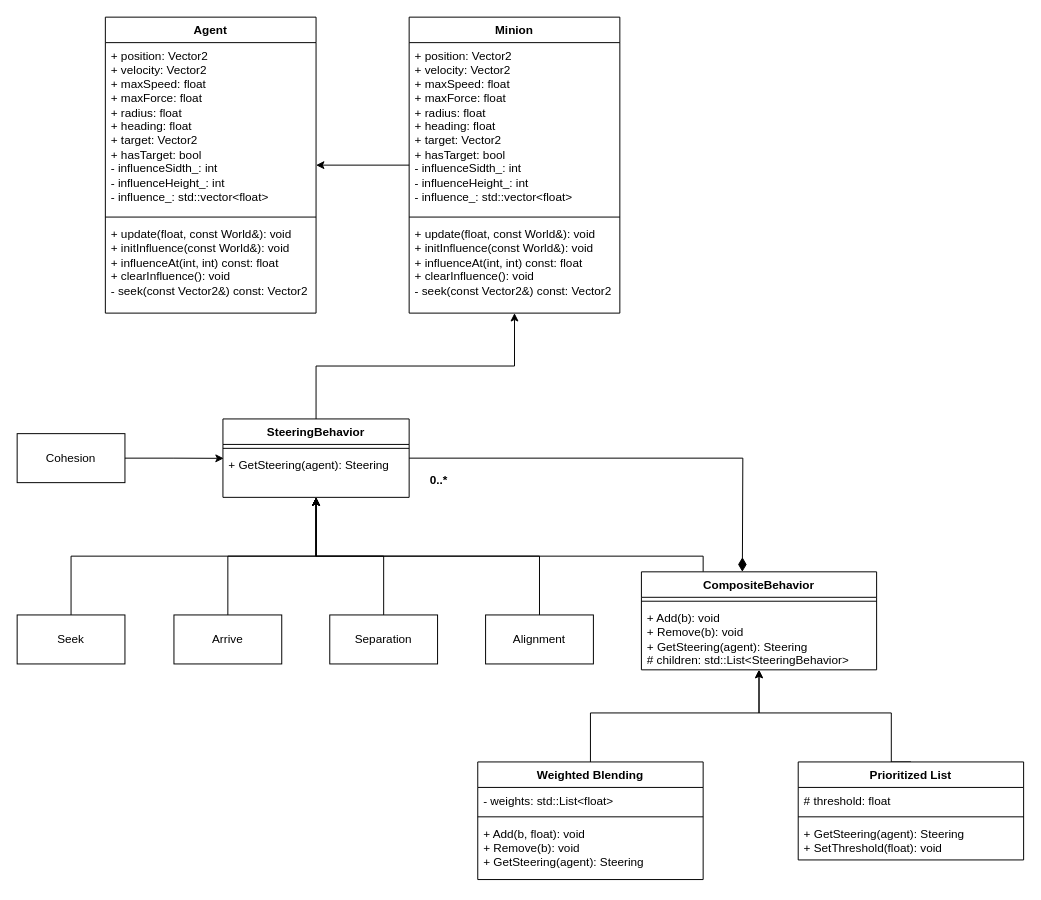
Above: IA_AA1.drawio in gerarddoblas/AA1_Steering_Behaviors (draw.io), before the change. Source tidied: cells renumbered, new cells numbered last; positions are measured from the earlier drawing's top-left corner, leaving out a move shared by most shapes. Both pictures are drawn from the tidied source at 98%, with x=0, y=0 at pixel (17, 17).
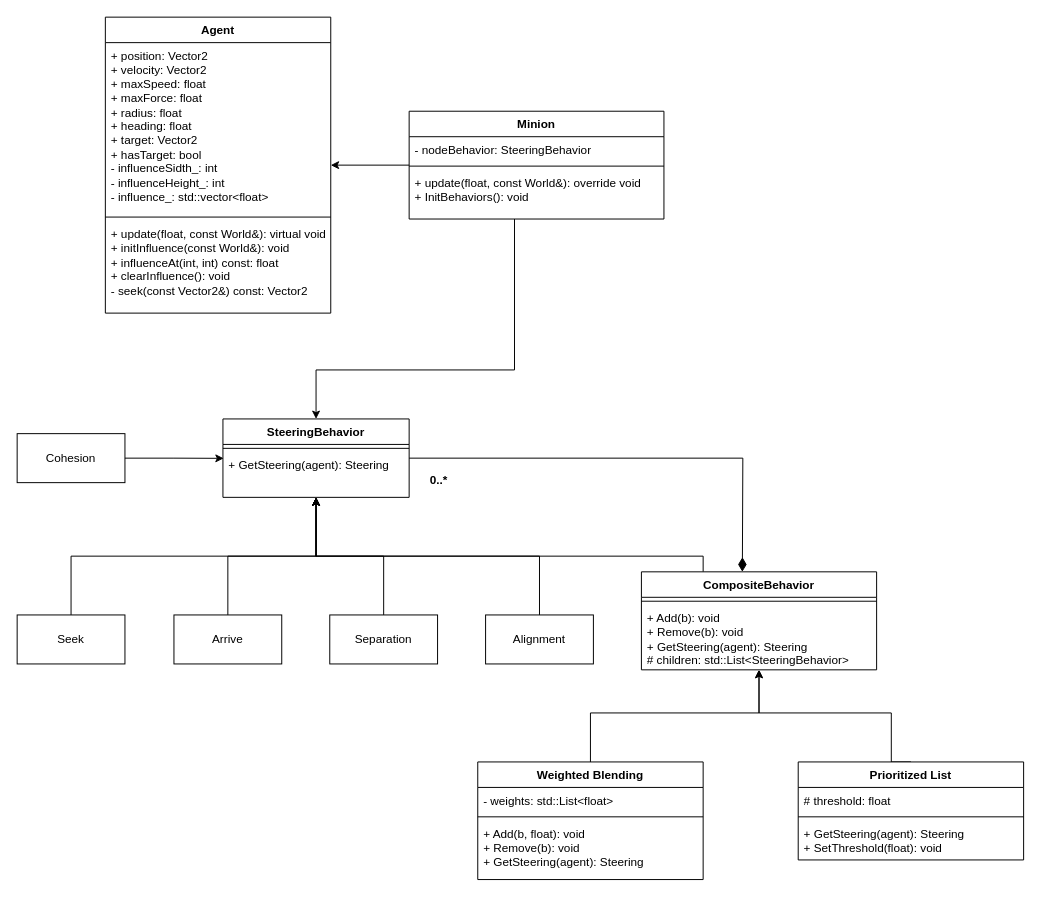
After the change.

Commit message:
UML other update

Unchanged cells that the change refers to:
```xml
<mxCell id="4" value="SteeringBehavior" style="swimlane;fontStyle=1;align=center;verticalAlign=top;horizontal=1;startSize=26;whiteSpace=wrap;html=1;" parent="1" vertex="1">
  <mxGeometry x="210" y="410" width="190" height="80" as="geometry" />
</mxCell>
```

What changed in the source:
```diff
@@
-    <mxCell id="3" style="edgeStyle=orthogonalEdgeStyle;rounded=0;jettySize=auto;html=1;exitX=0.5;exitY=0;exitDx=0;exitDy=0;defaultLabelBackgroundColor=page;" parent="1" edge="1" source="4" target="27">
-      <mxGeometry relative="1" as="geometry" />
-    </mxCell>
@@
     <mxCell id="22" value="Agent" style="swimlane;fontStyle=1;align=center;verticalAlign=top;horizontal=1;startSize=26;whiteSpace=wrap;html=1;" parent="1" vertex="1">
-      <mxGeometry x="90" width="215" height="302" as="geometry" />
+      <mxGeometry x="90" width="230" height="302" as="geometry" />
     </mxCell>
     <mxCell id="23" value="+ position: Vector2&lt;br&gt;+ velocity: Vector2&lt;div&gt;+ maxSpeed: float&lt;/div&gt;&lt;div&gt;+ maxForce: float&lt;/div&gt;&lt;div&gt;+ radius: float&lt;/div&gt;&lt;div&gt;+ heading: float&lt;/div&gt;&lt;div&gt;+ target: Vector2&lt;/div&gt;&lt;div&gt;+ hasTarget: bool&lt;br&gt;- influenceSidth_: int&lt;/div&gt;&lt;div&gt;- influenceHeight_: int&lt;/div&gt;&lt;div&gt;- influence_: std::vector&amp;lt;float&amp;gt;&lt;/div&gt;" style="text;strokeColor=none;fillColor=none;align=left;verticalAlign=top;spacingLeft=4;spacingRight=4;overflow=hidden;whiteSpace=wrap;html=1;" parent="22" vertex="1">
-      <mxGeometry y="26" width="215" height="174" as="geometry" />
+      <mxGeometry y="26" width="230" height="174" as="geometry" />
     </mxCell>
     <mxCell id="24" style="line;strokeWidth=1;fillColor=none;align=left;verticalAlign=middle;spacingTop=-1;spacingLeft=3;spacingRight=3;labelPosition=right;strokeColor=inherit;labelPerimeter=1;" parent="22" vertex="1">
-      <mxGeometry y="200" width="215" height="8" as="geometry" />
+      <mxGeometry y="200" width="230" height="8" as="geometry" />
     </mxCell>
-    <mxCell id="25" value="+ update(float, const World&amp;amp;): void&lt;div&gt;+ initInfluence(const World&amp;amp;): void&lt;/div&gt;&lt;div&gt;+ influenceAt(int, int) const: float&lt;/div&gt;&lt;div&gt;+ clearInfluence(): void&lt;/div&gt;&lt;div&gt;- seek(const Vector2&amp;amp;) const: Vector2&lt;/div&gt;&lt;div&gt;&lt;br&gt;&lt;/div&gt;" style="text;strokeColor=none;fillColor=none;align=left;verticalAlign=top;spacingLeft=4;spacingRight=4;overflow=hidden;whiteSpace=wrap;html=1;" parent="22" vertex="1">
-      <mxGeometry y="208" width="215" height="94" as="geometry" />
+    <mxCell id="25" value="+ update(float, const World&amp;amp;): virtual void&lt;div&gt;+ initInfluence(const World&amp;amp;): void&lt;/div&gt;&lt;div&gt;+ influenceAt(int, int) const: float&lt;/div&gt;&lt;div&gt;+ clearInfluence(): void&lt;/div&gt;&lt;div&gt;- seek(const Vector2&amp;amp;) const: Vector2&lt;/div&gt;&lt;div&gt;&lt;br&gt;&lt;/div&gt;" style="text;strokeColor=none;fillColor=none;align=left;verticalAlign=top;spacingLeft=4;spacingRight=4;overflow=hidden;whiteSpace=wrap;html=1;" parent="22" vertex="1">
+      <mxGeometry y="208" width="230" height="94" as="geometry" />
     </mxCell>
@@
+    <mxCell id="41" style="edgeStyle=orthogonalEdgeStyle;rounded=0;jettySize=auto;html=1;entryX=0.5;entryY=0;entryDx=0;entryDy=0;defaultLabelBackgroundColor=page;" parent="1" edge="1" source="27" target="4">
+      <mxGeometry relative="1" as="geometry">
+        <Array as="points">
+          <mxPoint x="507.5" y="360" />
+          <mxPoint x="305" y="360" />
+        </Array>
+      </mxGeometry>
+    </mxCell>
     <mxCell id="27" value="Minion" style="swimlane;fontStyle=1;align=center;verticalAlign=top;horizontal=1;startSize=26;whiteSpace=wrap;html=1;" parent="1" vertex="1">
-      <mxGeometry x="400" width="215" height="302" as="geometry" />
+      <mxGeometry x="400" y="96" width="260" height="110" as="geometry" />
     </mxCell>
-    <mxCell id="28" value="+ position: Vector2&lt;br&gt;+ velocity: Vector2&lt;div&gt;+ maxSpeed: float&lt;/div&gt;&lt;div&gt;+ maxForce: float&lt;/div&gt;&lt;div&gt;+ radius: float&lt;/div&gt;&lt;div&gt;+ heading: float&lt;/div&gt;&lt;div&gt;+ target: Vector2&lt;/div&gt;&lt;div&gt;+ hasTarget: bool&lt;br&gt;- influenceSidth_: int&lt;/div&gt;&lt;div&gt;- influenceHeight_: int&lt;/div&gt;&lt;div&gt;- influence_: std::vector&amp;lt;float&amp;gt;&lt;/div&gt;" style="text;strokeColor=none;fillColor=none;align=left;verticalAlign=top;spacingLeft=4;spacingRight=4;overflow=hidden;whiteSpace=wrap;html=1;" parent="27" vertex="1">
-      <mxGeometry y="26" width="215" height="174" as="geometry" />
+    <mxCell id="28" value="- nodeBehavior: SteeringBehavior" style="text;strokeColor=none;fillColor=none;align=left;verticalAlign=top;spacingLeft=4;spacingRight=4;overflow=hidden;whiteSpace=wrap;html=1;" parent="27" vertex="1">
+      <mxGeometry y="26" width="260" height="26" as="geometry" />
     </mxCell>
     <mxCell id="29" style="line;strokeWidth=1;fillColor=none;align=left;verticalAlign=middle;spacingTop=-1;spacingLeft=3;spacingRight=3;labelPosition=right;strokeColor=inherit;labelPerimeter=1;" parent="27" vertex="1">
-      <mxGeometry y="200" width="215" height="8" as="geometry" />
+      <mxGeometry y="52" width="260" height="8" as="geometry" />
     </mxCell>
-    <mxCell id="30" value="+ update(float, const World&amp;amp;): void&lt;div&gt;+ initInfluence(const World&amp;amp;): void&lt;/div&gt;&lt;div&gt;+ influenceAt(int, int) const: float&lt;/div&gt;&lt;div&gt;+ clearInfluence(): void&lt;/div&gt;&lt;div&gt;- seek(const Vector2&amp;amp;) const: Vector2&lt;/div&gt;&lt;div&gt;&lt;br&gt;&lt;/div&gt;" style="text;strokeColor=none;fillColor=none;align=left;verticalAlign=top;spacingLeft=4;spacingRight=4;overflow=hidden;whiteSpace=wrap;html=1;" parent="27" vertex="1">
-      <mxGeometry y="208" width="215" height="94" as="geometry" />
+    <mxCell id="30" value="+ update(float, const World&amp;amp;): override void&lt;div&gt;+ InitBehaviors(): void&lt;/div&gt;" style="text;strokeColor=none;fillColor=none;align=left;verticalAlign=top;spacingLeft=4;spacingRight=4;overflow=hidden;whiteSpace=wrap;html=1;" parent="27" vertex="1">
+      <mxGeometry y="60" width="260" height="50" as="geometry" />
     </mxCell>
```
